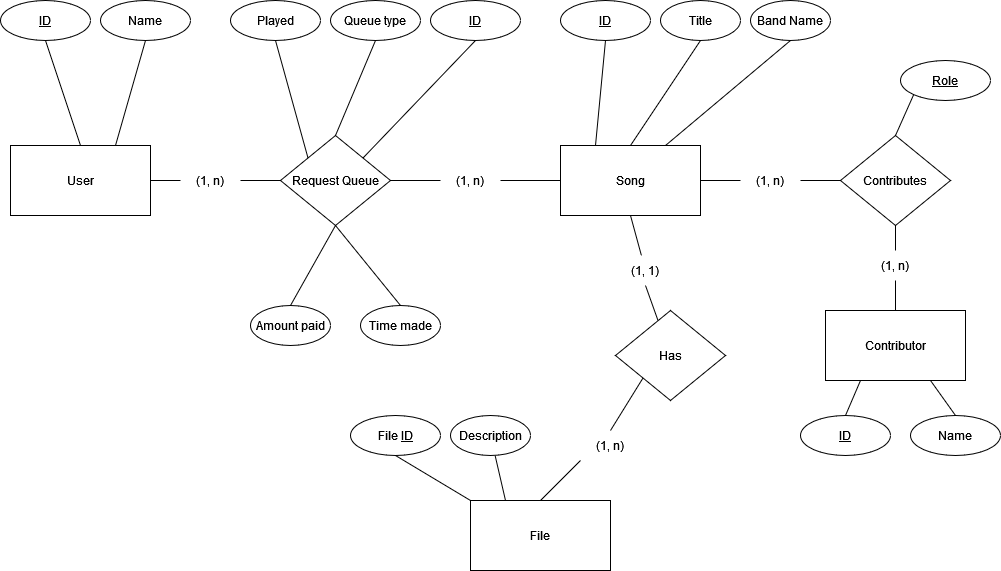
The draw.io diagram Design/GroupProjectER.drawio.png in Nmerryman/466Assignment, before a commit. Source tidied: cells renumbered, new cells last; positions are measured from the earlier drawing's top-left corner, leaving out a move shared by most shapes.
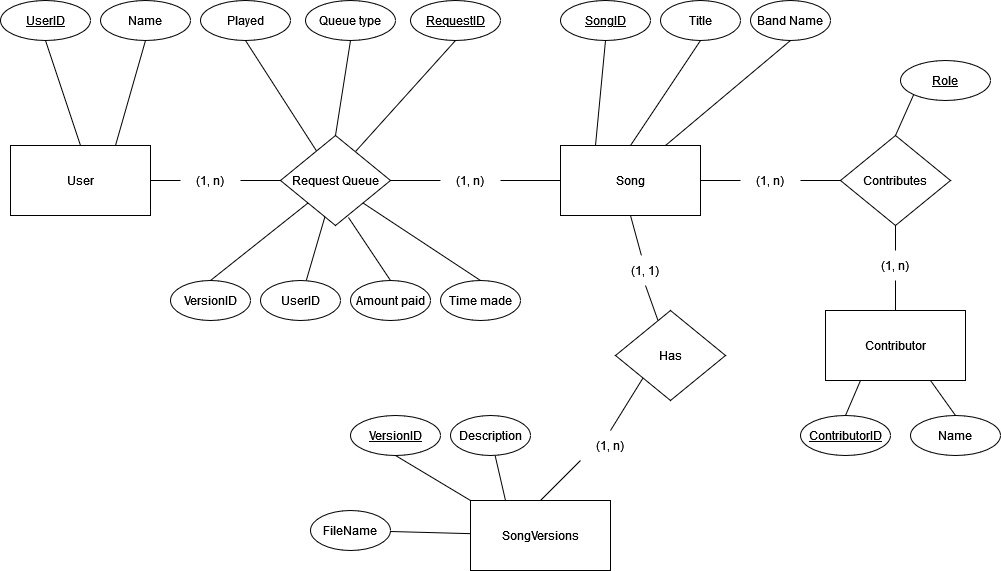
Later version of the same file.

Commit message:
Updated the schema info and diagram to match what we have

What changed in the source:
```diff
@@ -20,7 +20,7 @@
     <mxCell id="7" style="endArrow=none;html=1;rounded=0;exitX=1;exitY=0.5;exitDx=0;exitDy=0;entryX=0;entryY=0.5;entryDx=0;entryDy=0;" parent="1" edge="1" source="39" target="4">
       <mxGeometry relative="1" as="geometry" />
     </mxCell>
-    <mxCell id="8" value="&lt;u&gt;ID&lt;/u&gt;" style="ellipse;whiteSpace=wrap;html=1;" parent="1" vertex="1">
+    <mxCell id="8" value="&lt;u&gt;UserID&lt;/u&gt;" style="ellipse;whiteSpace=wrap;html=1;" parent="1" vertex="1">
       <mxGeometry width="90" height="40" as="geometry" />
     </mxCell>
     <mxCell id="9" value="Name" style="ellipse;whiteSpace=wrap;html=1;" parent="1" vertex="1">
@@ -32,31 +32,31 @@
     <mxCell id="11" style="endArrow=none;html=1;rounded=0;exitX=0.75;exitY=0;exitDx=0;exitDy=0;entryX=0.5;entryY=1;entryDx=0;entryDy=0;" parent="1" edge="1" source="2" target="9">
       <mxGeometry relative="1" as="geometry" />
     </mxCell>
-    <mxCell id="12" value="&lt;u&gt;ID&lt;/u&gt;" style="ellipse;whiteSpace=wrap;html=1;" parent="1" vertex="1">
+    <mxCell id="12" value="&lt;u&gt;SongID&lt;/u&gt;" style="ellipse;whiteSpace=wrap;html=1;" parent="1" vertex="1">
       <mxGeometry x="560" width="90" height="40" as="geometry" />
     </mxCell>
     <mxCell id="13" style="endArrow=none;html=1;rounded=0;exitX=0.25;exitY=0;exitDx=0;exitDy=0;entryX=0.5;entryY=1;entryDx=0;entryDy=0;" parent="1" edge="1" source="4" target="12">
       <mxGeometry relative="1" as="geometry" />
     </mxCell>
-    <mxCell id="14" value="&lt;u&gt;ID&lt;/u&gt;" style="ellipse;whiteSpace=wrap;html=1;" parent="1" vertex="1">
-      <mxGeometry x="430" width="90" height="40" as="geometry" />
+    <mxCell id="14" value="&lt;u&gt;RequestID&lt;/u&gt;" style="ellipse;whiteSpace=wrap;html=1;" parent="1" vertex="1">
+      <mxGeometry x="410" width="90" height="40" as="geometry" />
     </mxCell>
     <mxCell id="15" value="Queue type" style="ellipse;whiteSpace=wrap;html=1;" parent="1" vertex="1">
-      <mxGeometry x="330" width="90" height="40" as="geometry" />
+      <mxGeometry x="305" width="90" height="40" as="geometry" />
     </mxCell>
     <mxCell id="16" value="Played" style="ellipse;whiteSpace=wrap;html=1;" parent="1" vertex="1">
-      <mxGeometry x="230" width="90" height="40" as="geometry" />
+      <mxGeometry x="200" width="90" height="40" as="geometry" />
     </mxCell>
-    <mxCell id="17" style="endArrow=none;html=1;rounded=0;exitX=1;exitY=0;exitDx=0;exitDy=0;entryX=0.5;entryY=1;entryDx=0;entryDy=0;" parent="1" edge="1" source="5" target="14">
+    <mxCell id="17" style="endArrow=none;html=1;rounded=0;exitX=0.682;exitY=0.178;exitDx=0;exitDy=0;entryX=0.5;entryY=1;entryDx=0;entryDy=0;exitPerimeter=0;" parent="1" edge="1" source="5" target="14">
       <mxGeometry relative="1" as="geometry" />
     </mxCell>
     <mxCell id="18" style="endArrow=none;html=1;rounded=0;entryX=0.5;entryY=1;entryDx=0;entryDy=0;exitX=0.5;exitY=0;exitDx=0;exitDy=0;" parent="1" edge="1" source="5" target="15">
       <mxGeometry relative="1" as="geometry" />
     </mxCell>
-    <mxCell id="19" style="endArrow=none;html=1;rounded=0;entryX=0.5;entryY=1;entryDx=0;entryDy=0;exitX=0;exitY=0;exitDx=0;exitDy=0;" parent="1" edge="1" source="5" target="16">
+    <mxCell id="19" style="endArrow=none;html=1;rounded=0;entryX=0.5;entryY=1;entryDx=0;entryDy=0;" parent="1" edge="1" source="5" target="16">
       <mxGeometry relative="1" as="geometry" />
     </mxCell>
-    <mxCell id="20" value="File" style="rounded=0;whiteSpace=wrap;html=1;" parent="1" vertex="1">
+    <mxCell id="20" value="SongVersions" style="rounded=0;whiteSpace=wrap;html=1;" parent="1" vertex="1">
       <mxGeometry x="470" y="500" width="140" height="70" as="geometry" />
     </mxCell>
     <mxCell id="21" value="Contributor" style="rounded=0;whiteSpace=wrap;html=1;" parent="1" vertex="1">
@@ -80,10 +80,10 @@
     <mxCell id="27" style="endArrow=none;html=1;rounded=0;entryX=0.5;entryY=1;entryDx=0;entryDy=0;exitX=0.5;exitY=0;exitDx=0;exitDy=0;" parent="1" edge="1" source="47" target="25">
       <mxGeometry relative="1" as="geometry" />
     </mxCell>
-    <mxCell id="28" value="File &lt;u&gt;ID&lt;/u&gt;" style="ellipse;whiteSpace=wrap;html=1;" parent="1" vertex="1">
+    <mxCell id="28" value="&lt;u&gt;VersionID&lt;/u&gt;" style="ellipse;whiteSpace=wrap;html=1;" parent="1" vertex="1">
       <mxGeometry x="350" y="415" width="90" height="40" as="geometry" />
     </mxCell>
-    <mxCell id="29" value="&lt;u&gt;ID&lt;/u&gt;" style="ellipse;whiteSpace=wrap;html=1;" parent="1" vertex="1">
+    <mxCell id="29" value="&lt;u&gt;ContributorID&lt;/u&gt;" style="ellipse;whiteSpace=wrap;html=1;" parent="1" vertex="1">
       <mxGeometry x="800" y="415" width="90" height="40" as="geometry" />
     </mxCell>
     <mxCell id="30" style="endArrow=none;html=1;rounded=0;entryX=0;entryY=0;entryDx=0;entryDy=0;exitX=0.5;exitY=1;exitDx=0;exitDy=0;" parent="1" edge="1" source="28" target="20">
@@ -155,17 +155,35 @@
     <mxCell id="52" value="Description" style="ellipse;whiteSpace=wrap;html=1;" parent="1" vertex="1">
       <mxGeometry x="450" y="415" width="80" height="40" as="geometry" />
     </mxCell>
-    <mxCell id="53" style="rounded=0;jettySize=auto;html=1;exitX=0.5;exitY=0;exitDx=0;exitDy=0;entryX=0.5;entryY=1;entryDx=0;entryDy=0;endArrow=none;endFill=0;" parent="1" edge="1" source="54" target="5">
+    <mxCell id="53" style="rounded=0;jettySize=auto;html=1;exitX=0.5;exitY=0;exitDx=0;exitDy=0;entryX=1;entryY=1;entryDx=0;entryDy=0;endArrow=none;endFill=0;" parent="1" edge="1" source="54" target="5">
       <mxGeometry relative="1" as="geometry" />
     </mxCell>
     <mxCell id="54" value="Time made" style="ellipse;whiteSpace=wrap;html=1;" parent="1" vertex="1">
-      <mxGeometry x="360" y="305" width="80" height="40" as="geometry" />
+      <mxGeometry x="440" y="280" width="80" height="40" as="geometry" />
     </mxCell>
-    <mxCell id="55" style="edgeStyle=none;rounded=0;jettySize=auto;html=1;exitX=0.5;exitY=0;exitDx=0;exitDy=0;entryX=0.5;entryY=1;entryDx=0;entryDy=0;endArrow=none;endFill=0;" parent="1" edge="1" source="56" target="5">
+    <mxCell id="55" style="edgeStyle=none;rounded=0;jettySize=auto;html=1;exitX=0.5;exitY=0;exitDx=0;exitDy=0;entryX=0.618;entryY=0.911;entryDx=0;entryDy=0;endArrow=none;endFill=0;entryPerimeter=0;" parent="1" edge="1" source="56" target="5">
       <mxGeometry relative="1" as="geometry" />
     </mxCell>
     <mxCell id="56" value="Amount paid" style="ellipse;whiteSpace=wrap;html=1;" parent="1" vertex="1">
-      <mxGeometry x="250" y="305" width="80" height="40" as="geometry" />
+      <mxGeometry x="350" y="280" width="80" height="40" as="geometry" />
     </mxCell>
+    <mxCell id="57" style="rounded=0;jettySize=auto;html=1;endArrow=none;endFill=0;" parent="1" edge="1" source="58" target="20">
+      <mxGeometry relative="1" as="geometry" />
+    </mxCell>
+    <mxCell id="58" value="FileName" style="ellipse;whiteSpace=wrap;html=1;" parent="1" vertex="1">
+      <mxGeometry x="310" y="510" width="80" height="40" as="geometry" />
+    </mxCell>
+    <mxCell id="59" style="rounded=0;jettySize=auto;html=1;exitX=0.5;exitY=0;exitDx=0;exitDy=0;entryX=0;entryY=1;entryDx=0;entryDy=0;endArrow=none;endFill=0;" parent="1" edge="1" source="60" target="5">
+      <mxGeometry relative="1" as="geometry" />
+    </mxCell>
+    <mxCell id="60" value="VersionID" style="ellipse;whiteSpace=wrap;html=1;" parent="1" vertex="1">
+      <mxGeometry x="170" y="280" width="80" height="40" as="geometry" />
+    </mxCell>
+    <mxCell id="61" style="rounded=0;jettySize=auto;html=1;endArrow=none;endFill=0;" parent="1" edge="1" source="62" target="5">
+      <mxGeometry relative="1" as="geometry" />
+    </mxCell>
+    <mxCell id="62" value="UserID" style="ellipse;whiteSpace=wrap;html=1;" parent="1" vertex="1">
+      <mxGeometry x="260" y="280" width="80" height="40" as="geometry" />
+    </mxCell>
   </root>
 </mxGraphModel>
```
